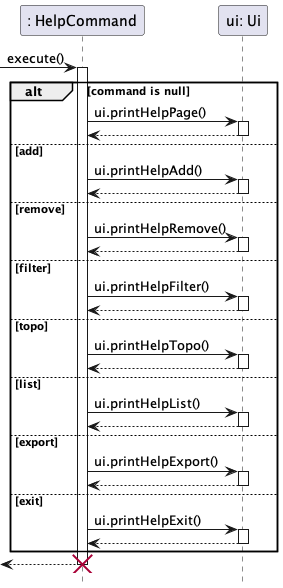
This is docs/sequence-diagrams/diagrams/HelpFeature.png from ong-ck/tp, a PlantUML export, as it was before one commit.
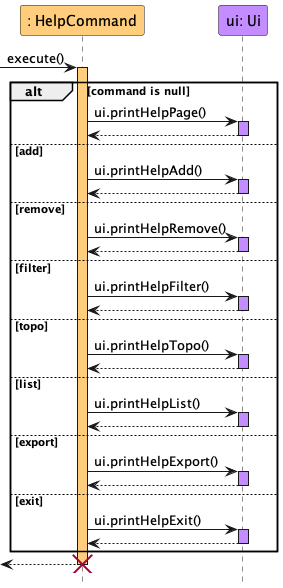
Later version of the same file.

Change to the diagram source:
```diff
@@ -1,49 +1,51 @@
 @startuml
+!include ../../style.iuml
+
 hide footbox
 
-participant ": HelpCommand" as hc
-participant "ui: Ui" as ui
+participant ": HelpCommand" as hc HelpCommand_STYLE
+participant "ui: Ui" as ui Ui_STYLE
 
  -> hc : execute()
- activate hc
+ activate hc HelpCommand_STYLE
     alt command is null
     hc -> ui : ui.printHelpPage()
-    activate ui
+    activate ui Ui_STYLE
     return
 
     else add
     hc -> ui : ui.printHelpAdd()
-    activate ui
+    activate ui Ui_STYLE
     return
 
     else remove
     hc -> ui : ui.printHelpRemove()
-    activate ui
+    activate ui Ui_STYLE
     return
 
     else filter
     hc -> ui : ui.printHelpFilter()
-    activate ui
+    activate ui Ui_STYLE
     return
 
     else topo
     hc -> ui : ui.printHelpTopo()
-    activate ui
+    activate ui Ui_STYLE
     return
 
     else list
     hc -> ui : ui.printHelpList()
-    activate ui
+    activate ui Ui_STYLE
     return
 
     else export
     hc -> ui : ui.printHelpExport()
-    activate ui
+    activate ui Ui_STYLE
     return
 
     else exit
     hc -> ui : ui.printHelpExit()
-    activate ui
+    activate ui Ui_STYLE
     return
    end
 <-- hc
```
